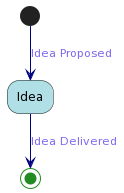
Earlier version of the PlantUML export docs/uml/process-placeholder.png (Idea-Pool/topics). Its diagram source:
```plantuml
@startuml
skinparam activity {
    BackgroundColor PowderBlue
    ArrowColor Navy
    ArrowFontColor MediumSlateBlue
    EndColor ForestGreen
}

(*) -->[Idea Proposed] Idea

Idea -->[Idea Delivered] (*)
@enduml
```
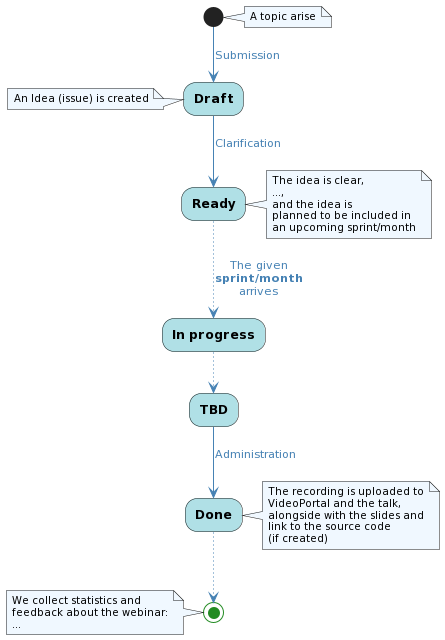
The same file after the commit.

The edit, as a diff of the source:
```diff
@@ -1,12 +1,53 @@
 @startuml
+skinparam defaultFontName Ubuntu Light
+skinparam backgroundColor transparent
+
 skinparam activity {
     BackgroundColor PowderBlue
-    ArrowColor Navy
-    ArrowFontColor MediumSlateBlue
+    StartColor ForestGreen
     EndColor ForestGreen
+    FontStyle bold
 }
 
-(*) -->[Idea Proposed] Idea
+skinparam arrow {
+    Color SteelBlue
+    FontColor SteelBlue
+}
 
-Idea -->[Idea Delivered] (*)
+skinparam note {
+    BackgroundColor AliceBlue
+    FontSize 10
+}
+
+note right
+    A topic arise
+end note
+(*) -->[Submission] Draft
+note left
+    An Idea (issue) is created
+end note
+-->[Clarification] Ready
+note right
+    The idea is clear,
+    ...,
+    and the idea is
+    planned to be included in
+    an upcoming sprint/month
+end note
+..>[The given\n**sprint/month**\narrives] In progress
+..>TBD
+-->[Administration] Done
+note right
+    The recording is uploaded to
+    VideoPortal and the talk,
+    alongside with the slides and
+    link to the source code
+    (if created)
+end note
+..> (*)
+note left
+    We collect statistics and
+    feedback about the webinar:
+    ...
+end note
 @enduml
```
